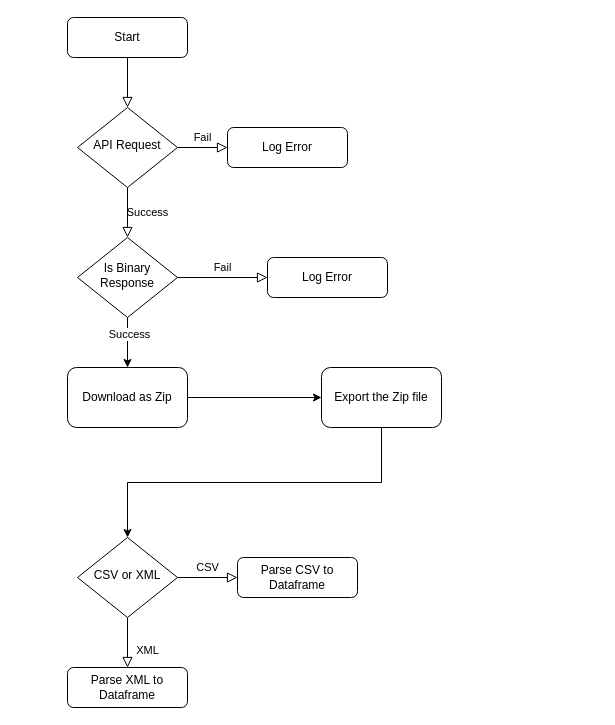
Before: Market_Vendor_Py.drawio in gurudevkumar51/My-files, a draw.io diagram. Source tidied: cells renumbered, new cells numbered last; positions are measured from the earlier drawing's top-left corner, leaving out a move shared by most shapes. Both pictures are drawn from the tidied source at 100%, with x=0, y=0 at pixel (67, 17).
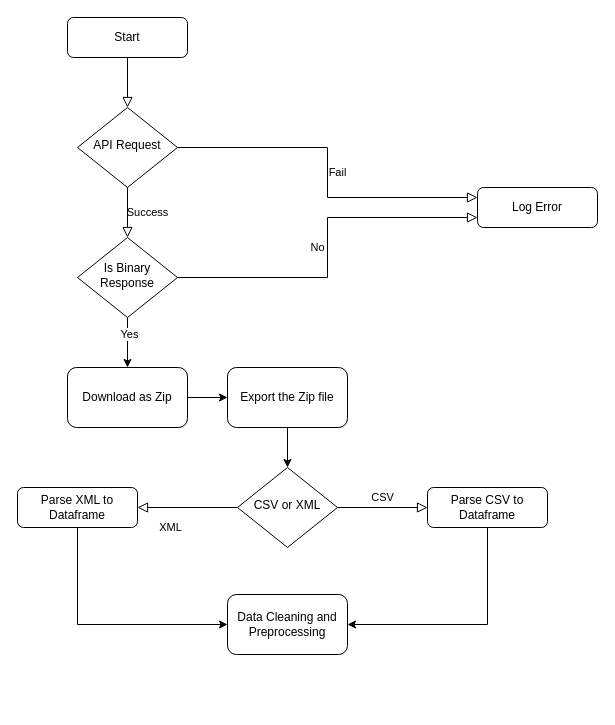
The same page after the edit.

The change refers to these unchanged cells:
```xml
<mxCell id="6" value="API Request" style="rhombus;whiteSpace=wrap;html=1;shadow=0;fontFamily=Helvetica;fontSize=12;align=center;strokeWidth=1;spacing=6;spacingTop=-4;" parent="1" vertex="1">
  <mxGeometry x="10" y="90" width="100" height="80" as="geometry" />
</mxCell>
<mxCell id="16" style="edgeStyle=orthogonalEdgeStyle;rounded=0;jettySize=auto;html=1;entryX=0.5;entryY=0;entryDx=0;entryDy=0;" parent="1" edge="1" source="18" target="15">
  <mxGeometry relative="1" as="geometry" />
</mxCell>
<mxCell id="18" value="Is Binary Response" style="rhombus;whiteSpace=wrap;html=1;shadow=0;fontFamily=Helvetica;fontSize=12;align=center;strokeWidth=1;spacing=6;spacingTop=-4;" parent="1" vertex="1">
  <mxGeometry x="10" y="220" width="100" height="80" as="geometry" />
</mxCell>
```

Change to the diagram source:
```diff
@@
-    <mxCell id="5" value="Fail" style="edgeStyle=orthogonalEdgeStyle;rounded=0;html=1;jettySize=auto;fontSize=11;endArrow=block;endFill=0;endSize=8;strokeWidth=1;shadow=0;labelBackgroundColor=none;" parent="1" edge="1" source="6" target="7">
+    <mxCell id="5" value="Fail" style="edgeStyle=orthogonalEdgeStyle;rounded=0;html=1;jettySize=auto;fontSize=11;endArrow=block;endFill=0;endSize=8;strokeWidth=1;shadow=0;labelBackgroundColor=none;entryX=0;entryY=0.25;entryDx=0;entryDy=0;" parent="1" edge="1" source="6" target="7">
       <mxGeometry y="10" relative="1" as="geometry" />
     </mxCell>
@@
     <mxCell id="7" value="Log Error" style="rounded=1;whiteSpace=wrap;html=1;fontSize=12;glass=0;strokeWidth=1;shadow=0;" parent="1" vertex="1">
-      <mxGeometry x="160" y="110" width="120" height="40" as="geometry" />
+      <mxGeometry x="410" y="170" width="120" height="40" as="geometry" />
     </mxCell>
@@
     <mxCell id="10" value="CSV or XML" style="rhombus;whiteSpace=wrap;html=1;shadow=0;fontFamily=Helvetica;fontSize=12;align=center;strokeWidth=1;spacing=6;spacingTop=-4;" parent="1" vertex="1">
-      <mxGeometry x="10" y="520" width="100" height="80" as="geometry" />
+      <mxGeometry x="170" y="450" width="100" height="80" as="geometry" />
     </mxCell>
+    <mxCell id="22" style="edgeStyle=orthogonalEdgeStyle;rounded=0;jettySize=auto;html=1;entryX=0;entryY=0.5;entryDx=0;entryDy=0;" parent="1" edge="1" source="11" target="24">
+      <mxGeometry relative="1" as="geometry">
+        <Array as="points">
+          <mxPoint x="10" y="607" />
+        </Array>
+      </mxGeometry>
+    </mxCell>
     <mxCell id="11" value="Parse XML to Dataframe" style="rounded=1;whiteSpace=wrap;html=1;fontSize=12;glass=0;strokeWidth=1;shadow=0;" parent="1" vertex="1">
-      <mxGeometry y="650" width="120" height="40" as="geometry" />
+      <mxGeometry x="-50" y="470" width="120" height="40" as="geometry" />
     </mxCell>
+    <mxCell id="23" style="edgeStyle=orthogonalEdgeStyle;rounded=0;jettySize=auto;html=1;entryX=1;entryY=0.5;entryDx=0;entryDy=0;" parent="1" edge="1" source="12" target="24">
+      <mxGeometry relative="1" as="geometry">
+        <Array as="points">
+          <mxPoint x="420" y="607" />
+        </Array>
+      </mxGeometry>
+    </mxCell>
     <mxCell id="12" value="Parse CSV to Dataframe" style="rounded=1;whiteSpace=wrap;html=1;fontSize=12;glass=0;strokeWidth=1;shadow=0;" parent="1" vertex="1">
-      <mxGeometry x="170" y="540" width="120" height="40" as="geometry" />
+      <mxGeometry x="360" y="470" width="120" height="40" as="geometry" />
     </mxCell>
@@
-    <mxCell id="17" value="Success" style="edgeLabel;html=1;align=center;verticalAlign=middle;" parent="16" vertex="1">
+    <mxCell id="17" value="Yes" style="edgeLabel;html=1;align=center;verticalAlign=middle;" parent="16" vertex="1">
       <mxGeometry x="-0.36" y="1" relative="1" as="geometry" />
     </mxCell>
@@
-    <mxCell id="19" value="Fail" style="edgeStyle=orthogonalEdgeStyle;rounded=0;html=1;jettySize=auto;fontSize=11;endArrow=block;endFill=0;endSize=8;strokeWidth=1;shadow=0;labelBackgroundColor=none;exitX=1;exitY=0.5;exitDx=0;exitDy=0;" parent="1" edge="1" source="18" target="20">
+    <mxCell id="19" value="No" style="edgeStyle=orthogonalEdgeStyle;rounded=0;html=1;jettySize=auto;fontSize=11;endArrow=block;endFill=0;endSize=8;strokeWidth=1;shadow=0;labelBackgroundColor=none;exitX=1;exitY=0.5;exitDx=0;exitDy=0;entryX=0;entryY=0.75;entryDx=0;entryDy=0;" parent="1" edge="1" source="18" target="7">
       <mxGeometry y="10" relative="1" as="geometry" />
     </mxCell>
-    <mxCell id="20" value="Log Error" style="rounded=1;whiteSpace=wrap;html=1;fontSize=12;glass=0;strokeWidth=1;shadow=0;" parent="1" vertex="1">
-      <mxGeometry x="200" y="240" width="120" height="40" as="geometry" />
-    </mxCell>
     <mxCell id="21" value="Export the Zip file" style="rounded=1;whiteSpace=wrap;html=1;" parent="1" vertex="1">
-      <mxGeometry x="254" y="350" width="120" height="60" as="geometry" />
+      <mxGeometry x="160" y="350" width="120" height="60" as="geometry" />
     </mxCell>
+    <mxCell id="24" value="Data Cleaning and Preprocessing" style="rounded=1;whiteSpace=wrap;html=1;" parent="1" vertex="1">
+      <mxGeometry x="160" y="577" width="120" height="60" as="geometry" />
+    </mxCell>
```
